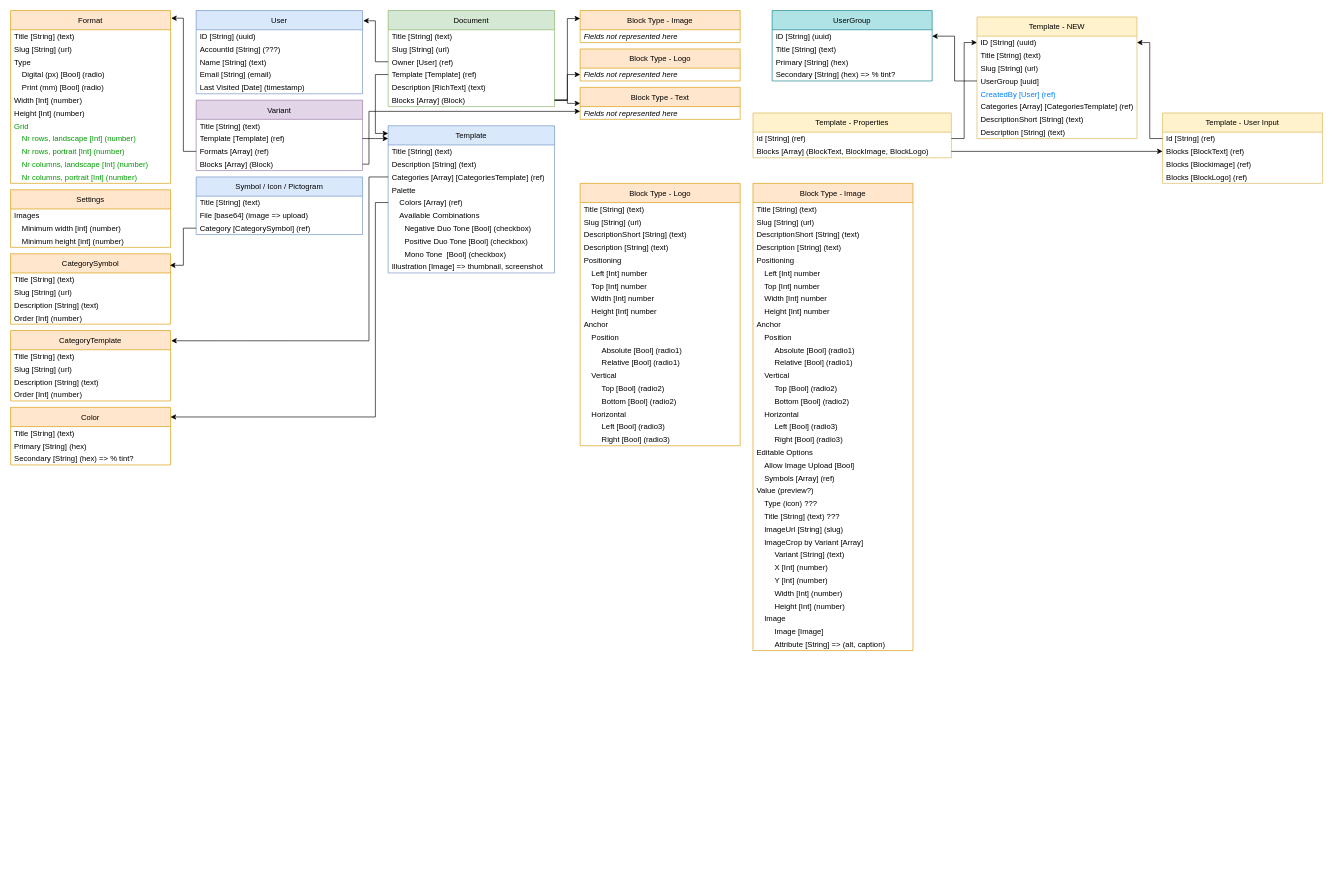
Before: root/DesignmaskinCurrent2.drawio in dreamyguy/drawio, a draw.io diagram. Source tidied: cells renumbered, new cells numbered last; positions are measured from the earlier drawing's top-left corner, leaving out a move shared by most shapes. Both pictures are drawn from the tidied source at 64%, with x=0, y=0 at pixel (10, 10).
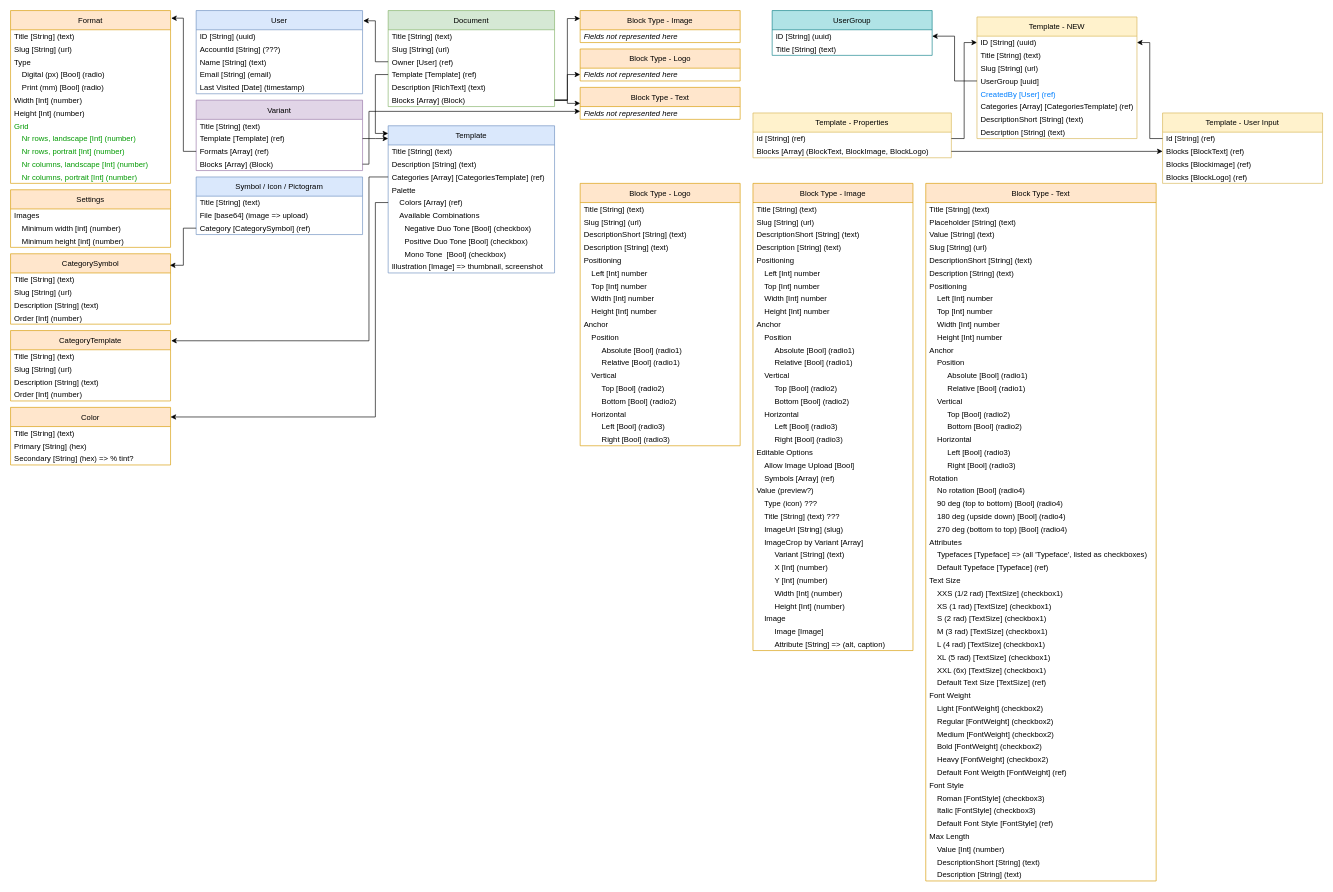
After the change.

Diff of the diagram source:
```diff
@@
     <mxCell id="159" value="UserGroup" style="swimlane;fontStyle=0;horizontal=1;startSize=30;fillColor=#b0e3e6;strokeColor=#0e8088;" parent="1" vertex="1">
-      <mxGeometry x="1190" width="250" height="110" as="geometry" />
+      <mxGeometry x="1190" width="250" height="70" as="geometry" />
     </mxCell>
@@
-    <mxCell id="162" value="Primary [String] (hex)" style="text;strokeColor=none;fillColor=none;align=left;verticalAlign=middle;spacingLeft=4;spacingRight=4;overflow=hidden;" parent="159" vertex="1">
-      <mxGeometry y="70" width="250" height="20" as="geometry" />
-    </mxCell>
-    <mxCell id="163" value="Secondary [String] (hex) =&gt; % tint?" style="text;strokeColor=none;fillColor=none;align=left;verticalAlign=middle;spacingLeft=4;spacingRight=4;overflow=hidden;" parent="159" vertex="1">
-      <mxGeometry y="90" width="250" height="20" as="geometry" />
-    </mxCell>
@@
+    <mxCell id="165" value="Block Type - Text" style="swimlane;fontStyle=0;horizontal=1;startSize=30;fillColor=#ffe6cc;strokeColor=#d79b00;" parent="1" vertex="1">
+      <mxGeometry x="1430" y="270" width="360" height="1090" as="geometry" />
+    </mxCell>
+    <mxCell id="166" value="Title [String] (text)" style="text;strokeColor=none;fillColor=none;align=left;verticalAlign=middle;spacingLeft=4;spacingRight=4;overflow=hidden;spacing=2;" parent="165" vertex="1">
+      <mxGeometry y="30" width="360" height="20" as="geometry" />
+    </mxCell>
+    <mxCell id="167" value="Placeholder [String] (text)" style="text;strokeColor=none;fillColor=none;align=left;verticalAlign=middle;spacingLeft=4;spacingRight=4;overflow=hidden;spacing=2;" parent="165" vertex="1">
+      <mxGeometry y="50" width="360" height="20" as="geometry" />
+    </mxCell>
+    <mxCell id="168" value="Value [String] (text)" style="text;strokeColor=none;fillColor=none;align=left;verticalAlign=middle;spacingLeft=4;spacingRight=4;overflow=hidden;spacing=2;" parent="165" vertex="1">
+      <mxGeometry y="70" width="360" height="20" as="geometry" />
+    </mxCell>
+    <mxCell id="169" value="Slug [String] (url)" style="text;strokeColor=none;fillColor=none;align=left;verticalAlign=middle;spacingLeft=4;spacingRight=4;overflow=hidden;" parent="165" vertex="1">
+      <mxGeometry y="90" width="360" height="20" as="geometry" />
+    </mxCell>
+    <mxCell id="170" value="DescriptionShort [String] (text)" style="text;strokeColor=none;fillColor=none;align=left;verticalAlign=middle;spacingLeft=4;spacingRight=4;overflow=hidden;" parent="165" vertex="1">
+      <mxGeometry y="110" width="360" height="20" as="geometry" />
+    </mxCell>
+    <mxCell id="171" value="Description [String] (text)" style="text;strokeColor=none;fillColor=none;align=left;verticalAlign=middle;spacingLeft=4;spacingRight=4;overflow=hidden;" parent="165" vertex="1">
+      <mxGeometry y="130" width="360" height="20" as="geometry" />
+    </mxCell>
+    <mxCell id="172" value="Positioning" style="text;strokeColor=none;fillColor=none;align=left;verticalAlign=middle;spacingLeft=4;spacingRight=4;overflow=hidden;" parent="165" vertex="1">
+      <mxGeometry y="150" width="360" height="20" as="geometry" />
+    </mxCell>
+    <mxCell id="173" value="Left [Int] number" style="text;strokeColor=none;fillColor=none;align=left;verticalAlign=middle;spacingLeft=16;spacingRight=4;overflow=hidden;" parent="165" vertex="1">
+      <mxGeometry y="170" width="360" height="20" as="geometry" />
+    </mxCell>
+    <mxCell id="174" value="Top [Int] number" style="text;strokeColor=none;fillColor=none;align=left;verticalAlign=middle;spacingLeft=16;spacingRight=4;overflow=hidden;" parent="165" vertex="1">
+      <mxGeometry y="190" width="360" height="20" as="geometry" />
+    </mxCell>
+    <mxCell id="175" value="Width [Int] number" style="text;strokeColor=none;fillColor=none;align=left;verticalAlign=middle;spacingLeft=16;spacingRight=4;overflow=hidden;" parent="165" vertex="1">
+      <mxGeometry y="210" width="360" height="20" as="geometry" />
+    </mxCell>
+    <mxCell id="176" value="Height [Int] number" style="text;strokeColor=none;fillColor=none;align=left;verticalAlign=middle;spacingLeft=16;spacingRight=4;overflow=hidden;" parent="165" vertex="1">
+      <mxGeometry y="230" width="360" height="20" as="geometry" />
+    </mxCell>
+    <mxCell id="177" value="Anchor" style="text;strokeColor=none;fillColor=none;align=left;verticalAlign=middle;spacingLeft=4;spacingRight=4;overflow=hidden;" parent="165" vertex="1">
+      <mxGeometry y="250" width="360" height="20" as="geometry" />
+    </mxCell>
+    <mxCell id="178" value="Position" style="text;strokeColor=none;fillColor=none;align=left;verticalAlign=middle;spacingLeft=16;spacingRight=4;overflow=hidden;" parent="165" vertex="1">
+      <mxGeometry y="270" width="360" height="20" as="geometry" />
+    </mxCell>
+    <mxCell id="179" value="Absolute [Bool] (radio1)" style="text;strokeColor=none;fillColor=none;align=left;verticalAlign=middle;spacingLeft=32;spacingRight=4;overflow=hidden;" parent="165" vertex="1">
+      <mxGeometry y="290" width="360" height="20" as="geometry" />
+    </mxCell>
+    <mxCell id="180" value="Relative [Bool] (radio1)" style="text;strokeColor=none;fillColor=none;align=left;verticalAlign=middle;spacingLeft=32;spacingRight=4;overflow=hidden;" parent="165" vertex="1">
+      <mxGeometry y="310" width="360" height="20" as="geometry" />
+    </mxCell>
+    <mxCell id="181" value="Vertical" style="text;strokeColor=none;fillColor=none;align=left;verticalAlign=middle;spacingLeft=16;spacingRight=4;overflow=hidden;" parent="165" vertex="1">
+      <mxGeometry y="330" width="360" height="20" as="geometry" />
+    </mxCell>
+    <mxCell id="182" value="Top [Bool] (radio2)" style="text;strokeColor=none;fillColor=none;align=left;verticalAlign=middle;spacingLeft=32;spacingRight=4;overflow=hidden;" parent="165" vertex="1">
+      <mxGeometry y="350" width="360" height="20" as="geometry" />
+    </mxCell>
+    <mxCell id="183" value="Bottom [Bool] (radio2)" style="text;strokeColor=none;fillColor=none;align=left;verticalAlign=middle;spacingLeft=32;spacingRight=4;overflow=hidden;" parent="165" vertex="1">
+      <mxGeometry y="370" width="360" height="20" as="geometry" />
+    </mxCell>
+    <mxCell id="184" value="Horizontal" style="text;strokeColor=none;fillColor=none;align=left;verticalAlign=middle;spacingLeft=16;spacingRight=4;overflow=hidden;" parent="165" vertex="1">
+      <mxGeometry y="390" width="360" height="20" as="geometry" />
+    </mxCell>
+    <mxCell id="185" value="Left [Bool] (radio3)" style="text;strokeColor=none;fillColor=none;align=left;verticalAlign=middle;spacingLeft=32;spacingRight=4;overflow=hidden;" parent="165" vertex="1">
+      <mxGeometry y="410" width="360" height="20" as="geometry" />
+    </mxCell>
+    <mxCell id="186" value="Right [Bool] (radio3)" style="text;strokeColor=none;fillColor=none;align=left;verticalAlign=middle;spacingLeft=32;spacingRight=4;overflow=hidden;" parent="165" vertex="1">
+      <mxGeometry y="430" width="360" height="20" as="geometry" />
+    </mxCell>
+    <mxCell id="187" value="Rotation" style="text;strokeColor=none;fillColor=none;align=left;verticalAlign=middle;spacingLeft=4;spacingRight=4;overflow=hidden;" parent="165" vertex="1">
+      <mxGeometry y="450" width="360" height="20" as="geometry" />
+    </mxCell>
+    <mxCell id="188" value="No rotation [Bool] (radio4)" style="text;strokeColor=none;fillColor=none;align=left;verticalAlign=middle;spacingLeft=16;spacingRight=4;overflow=hidden;" parent="165" vertex="1">
+      <mxGeometry y="470" width="360" height="20" as="geometry" />
+    </mxCell>
+    <mxCell id="189" value="90 deg (top to bottom) [Bool] (radio4)" style="text;strokeColor=none;fillColor=none;align=left;verticalAlign=middle;spacingLeft=16;spacingRight=4;overflow=hidden;" parent="165" vertex="1">
+      <mxGeometry y="490" width="360" height="20" as="geometry" />
+    </mxCell>
+    <mxCell id="190" value="180 deg (upside down) [Bool] (radio4)" style="text;strokeColor=none;fillColor=none;align=left;verticalAlign=middle;spacingLeft=16;spacingRight=4;overflow=hidden;" parent="165" vertex="1">
+      <mxGeometry y="510" width="360" height="20" as="geometry" />
+    </mxCell>
+    <mxCell id="191" value="270 deg (bottom to top) [Bool] (radio4)" style="text;strokeColor=none;fillColor=none;align=left;verticalAlign=middle;spacingLeft=16;spacingRight=4;overflow=hidden;" parent="165" vertex="1">
+      <mxGeometry y="530" width="360" height="20" as="geometry" />
+    </mxCell>
+    <mxCell id="192" value="Attributes" style="text;strokeColor=none;fillColor=none;align=left;verticalAlign=middle;spacingLeft=4;spacingRight=4;overflow=hidden;" parent="165" vertex="1">
+      <mxGeometry y="550" width="360" height="20" as="geometry" />
+    </mxCell>
+    <mxCell id="193" value="Typefaces [Typeface] =&gt; (all 'Typeface', listed as checkboxes)" style="text;strokeColor=none;fillColor=none;align=left;verticalAlign=middle;spacingLeft=16;spacingRight=4;overflow=hidden;" parent="165" vertex="1">
+      <mxGeometry y="570" width="360" height="20" as="geometry" />
+    </mxCell>
+    <mxCell id="194" value="Default Typeface [Typeface] (ref)" style="text;strokeColor=none;fillColor=none;align=left;verticalAlign=middle;spacingLeft=16;spacingRight=4;overflow=hidden;" parent="165" vertex="1">
+      <mxGeometry y="590" width="360" height="20" as="geometry" />
+    </mxCell>
+    <mxCell id="195" value="Text Size" style="text;strokeColor=none;fillColor=none;align=left;verticalAlign=middle;spacingLeft=4;spacingRight=4;overflow=hidden;" parent="165" vertex="1">
+      <mxGeometry y="610" width="360" height="20" as="geometry" />
+    </mxCell>
+    <mxCell id="196" value="XXS (1/2 rad) [TextSize] (checkbox1)" style="text;strokeColor=none;fillColor=none;align=left;verticalAlign=middle;spacingLeft=16;spacingRight=4;overflow=hidden;" parent="165" vertex="1">
+      <mxGeometry y="630" width="360" height="20" as="geometry" />
+    </mxCell>
+    <mxCell id="197" value="XS (1 rad) [TextSize] (checkbox1)" style="text;strokeColor=none;fillColor=none;align=left;verticalAlign=middle;spacingLeft=16;spacingRight=4;overflow=hidden;" parent="165" vertex="1">
+      <mxGeometry y="650" width="360" height="20" as="geometry" />
+    </mxCell>
+    <mxCell id="198" value="S (2 rad) [TextSize] (checkbox1)" style="text;strokeColor=none;fillColor=none;align=left;verticalAlign=middle;spacingLeft=16;spacingRight=4;overflow=hidden;" parent="165" vertex="1">
+      <mxGeometry y="670" width="360" height="20" as="geometry" />
+    </mxCell>
+    <mxCell id="199" value="M (3 rad) [TextSize] (checkbox1)" style="text;strokeColor=none;fillColor=none;align=left;verticalAlign=middle;spacingLeft=16;spacingRight=4;overflow=hidden;" parent="165" vertex="1">
+      <mxGeometry y="690" width="360" height="20" as="geometry" />
+    </mxCell>
+    <mxCell id="200" value="L (4 rad) [TextSize] (checkbox1)" style="text;strokeColor=none;fillColor=none;align=left;verticalAlign=middle;spacingLeft=16;spacingRight=4;overflow=hidden;" parent="165" vertex="1">
+      <mxGeometry y="710" width="360" height="20" as="geometry" />
+    </mxCell>
+    <mxCell id="201" value="XL (5 rad) [TextSize] (checkbox1)" style="text;strokeColor=none;fillColor=none;align=left;verticalAlign=middle;spacingLeft=16;spacingRight=4;overflow=hidden;" parent="165" vertex="1">
+      <mxGeometry y="730" width="360" height="20" as="geometry" />
+    </mxCell>
+    <mxCell id="202" value="XXL (6x) [TextSize] (checkbox1)" style="text;strokeColor=none;fillColor=none;align=left;verticalAlign=middle;spacingLeft=16;spacingRight=4;overflow=hidden;" parent="165" vertex="1">
+      <mxGeometry y="750" width="360" height="20" as="geometry" />
+    </mxCell>
+    <mxCell id="203" value="Default Text Size [TextSize] (ref)" style="text;strokeColor=none;fillColor=none;align=left;verticalAlign=middle;spacingLeft=16;spacingRight=4;overflow=hidden;" parent="165" vertex="1">
+      <mxGeometry y="770" width="360" height="20" as="geometry" />
+    </mxCell>
+    <mxCell id="204" value="Font Weight" style="text;strokeColor=none;fillColor=none;align=left;verticalAlign=middle;spacingLeft=4;spacingRight=4;overflow=hidden;" parent="165" vertex="1">
+      <mxGeometry y="790" width="360" height="20" as="geometry" />
+    </mxCell>
+    <mxCell id="205" value="Light [FontWeight] (checkbox2)" style="text;strokeColor=none;fillColor=none;align=left;verticalAlign=middle;spacingLeft=16;spacingRight=4;overflow=hidden;" parent="165" vertex="1">
+      <mxGeometry y="810" width="360" height="20" as="geometry" />
+    </mxCell>
+    <mxCell id="206" value="Regular [FontWeight] (checkbox2)" style="text;strokeColor=none;fillColor=none;align=left;verticalAlign=middle;spacingLeft=16;spacingRight=4;overflow=hidden;" parent="165" vertex="1">
+      <mxGeometry y="830" width="360" height="20" as="geometry" />
+    </mxCell>
+    <mxCell id="207" value="Medium [FontWeight] (checkbox2)" style="text;strokeColor=none;fillColor=none;align=left;verticalAlign=middle;spacingLeft=16;spacingRight=4;overflow=hidden;" parent="165" vertex="1">
+      <mxGeometry y="850" width="360" height="20" as="geometry" />
+    </mxCell>
+    <mxCell id="208" value="Bold [FontWeight] (checkbox2)" style="text;strokeColor=none;fillColor=none;align=left;verticalAlign=middle;spacingLeft=16;spacingRight=4;overflow=hidden;" parent="165" vertex="1">
+      <mxGeometry y="870" width="360" height="20" as="geometry" />
+    </mxCell>
+    <mxCell id="209" value="Heavy [FontWeight] (checkbox2)" style="text;strokeColor=none;fillColor=none;align=left;verticalAlign=middle;spacingLeft=16;spacingRight=4;overflow=hidden;" parent="165" vertex="1">
+      <mxGeometry y="890" width="360" height="20" as="geometry" />
+    </mxCell>
+    <mxCell id="210" value="Default Font Weigth [FontWeight] (ref)" style="text;strokeColor=none;fillColor=none;align=left;verticalAlign=middle;spacingLeft=16;spacingRight=4;overflow=hidden;" parent="165" vertex="1">
+      <mxGeometry y="910" width="360" height="20" as="geometry" />
+    </mxCell>
+    <mxCell id="211" value="Font Style" style="text;strokeColor=none;fillColor=none;align=left;verticalAlign=middle;spacingLeft=4;spacingRight=4;overflow=hidden;" parent="165" vertex="1">
+      <mxGeometry y="930" width="360" height="20" as="geometry" />
+    </mxCell>
+    <mxCell id="212" value="Roman [FontStyle] (checkbox3)" style="text;strokeColor=none;fillColor=none;align=left;verticalAlign=middle;spacingLeft=16;spacingRight=4;overflow=hidden;" parent="165" vertex="1">
+      <mxGeometry y="950" width="360" height="20" as="geometry" />
+    </mxCell>
+    <mxCell id="213" value="Italic [FontStyle] (checkbox3)" style="text;strokeColor=none;fillColor=none;align=left;verticalAlign=middle;spacingLeft=16;spacingRight=4;overflow=hidden;" parent="165" vertex="1">
+      <mxGeometry y="970" width="360" height="20" as="geometry" />
+    </mxCell>
+    <mxCell id="214" value="Default Font Style [FontStyle] (ref)" style="text;strokeColor=none;fillColor=none;align=left;verticalAlign=middle;spacingLeft=16;spacingRight=4;overflow=hidden;" parent="165" vertex="1">
+      <mxGeometry y="990" width="360" height="20" as="geometry" />
+    </mxCell>
+    <mxCell id="215" value="Max Length" style="text;strokeColor=none;fillColor=none;align=left;verticalAlign=middle;spacingLeft=4;spacingRight=4;overflow=hidden;" parent="165" vertex="1">
+      <mxGeometry y="1010" width="360" height="20" as="geometry" />
+    </mxCell>
+    <mxCell id="216" value="Value [Int] (number)" style="text;strokeColor=none;fillColor=none;align=left;verticalAlign=middle;spacingLeft=16;spacingRight=4;overflow=hidden;" parent="165" vertex="1">
+      <mxGeometry y="1030" width="360" height="20" as="geometry" />
+    </mxCell>
+    <mxCell id="217" value="DescriptionShort [String] (text)" style="text;strokeColor=none;fillColor=none;align=left;verticalAlign=middle;spacingLeft=16;spacingRight=4;overflow=hidden;" parent="165" vertex="1">
+      <mxGeometry y="1050" width="360" height="20" as="geometry" />
+    </mxCell>
+    <mxCell id="218" value="Description [String] (text)" style="text;strokeColor=none;fillColor=none;align=left;verticalAlign=middle;spacingLeft=16;spacingRight=4;overflow=hidden;" parent="165" vertex="1">
+      <mxGeometry y="1070" width="360" height="20" as="geometry" />
+    </mxCell>
```
